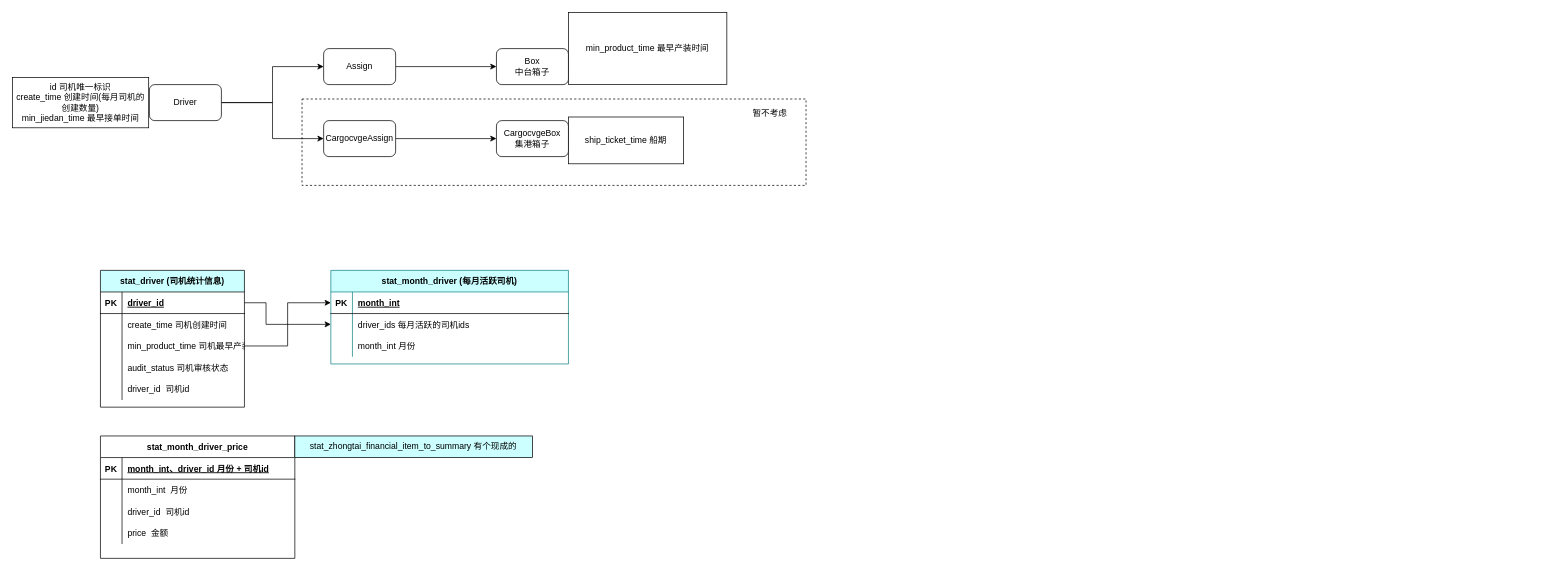
Before: 数据统计/司机留存率.drawio in gongyao1992/draw, a draw.io diagram. Source tidied: cells renumbered, new cells numbered last; positions are measured from the earlier drawing's top-left corner, leaving out a move shared by most shapes. Both pictures are drawn from the tidied source at 72%, with x=0, y=0 at pixel (12, 12).
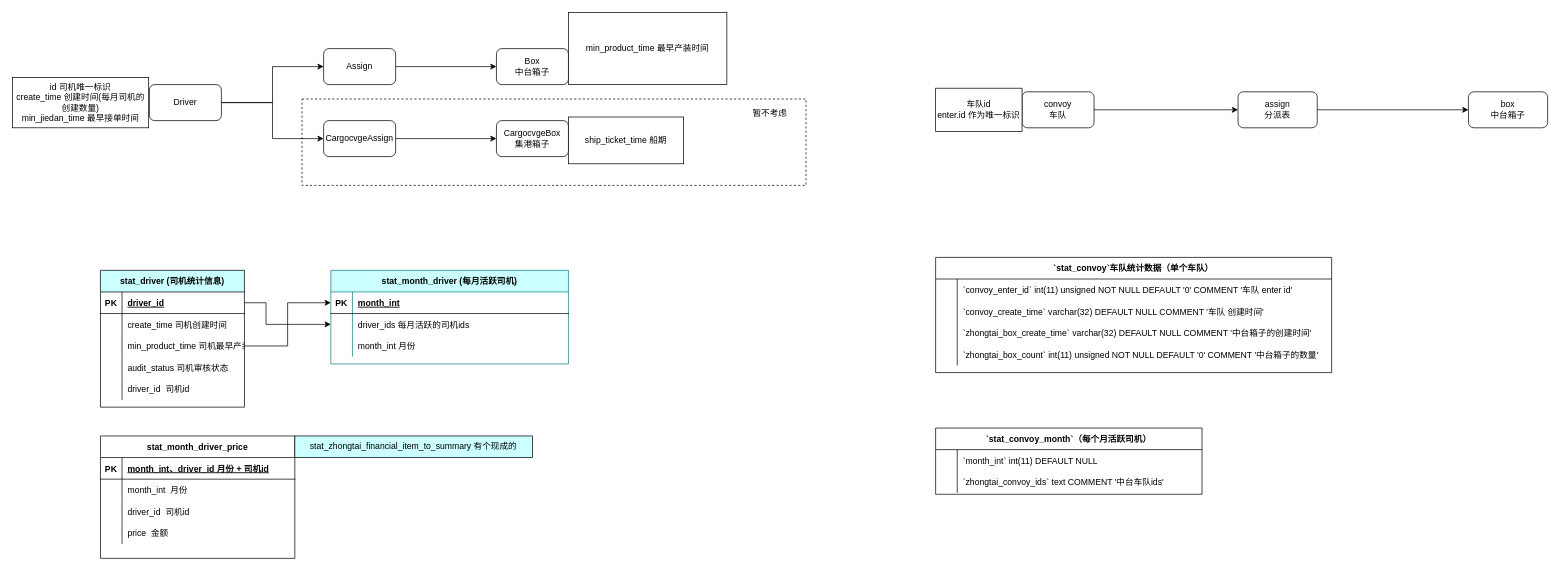
The same diagram, later.

Commit message:
更新司机留存率.drawio

The edit, as a diff of the source:
```diff
@@
+    <mxCell id="58" style="edgeStyle=orthogonalEdgeStyle;rounded=0;jettySize=auto;html=1;exitX=1;exitY=0.5;exitDx=0;exitDy=0;entryX=0;entryY=0.5;entryDx=0;entryDy=0;" parent="1" edge="1" source="59" target="61">
+      <mxGeometry relative="1" as="geometry" />
+    </mxCell>
+    <mxCell id="59" value="convoy&lt;br&gt;车队" style="rounded=1;whiteSpace=wrap;html=1;" parent="1" vertex="1">
+      <mxGeometry x="1402" y="110" width="100" height="50" as="geometry" />
+    </mxCell>
+    <mxCell id="60" style="edgeStyle=orthogonalEdgeStyle;rounded=0;jettySize=auto;html=1;entryX=0;entryY=0.5;entryDx=0;entryDy=0;" parent="1" edge="1" source="61" target="62">
+      <mxGeometry relative="1" as="geometry" />
+    </mxCell>
+    <mxCell id="61" value="assign&lt;br&gt;分派表" style="rounded=1;whiteSpace=wrap;html=1;" parent="1" vertex="1">
+      <mxGeometry x="1702" y="110" width="110" height="50" as="geometry" />
+    </mxCell>
+    <mxCell id="62" value="box&lt;br&gt;中台箱子" style="rounded=1;whiteSpace=wrap;html=1;" parent="1" vertex="1">
+      <mxGeometry x="2022" y="110" width="110" height="50" as="geometry" />
+    </mxCell>
+    <mxCell id="63" value="车队id&lt;br&gt;enter.id 作为唯一标识" style="rounded=0;whiteSpace=wrap;html=1;" parent="1" vertex="1">
+      <mxGeometry x="1282" y="105" width="120" height="60" as="geometry" />
+    </mxCell>
+    <mxCell id="64" value="`stat_convoy`车队统计数据（单个车队）" style="shape=table;startSize=30;childLayout=tableLayout;rowLines=0;fontStyle=1;align=center;" parent="1" vertex="1">
+      <mxGeometry x="1282" y="340" width="550" height="160" as="geometry" />
+    </mxCell>
+    <mxCell id="65" style="shape=partialRectangle;fillColor=none;top=0;left=0;right=0;bottom=0;" parent="64" vertex="1">
+      <mxGeometry y="30" width="550" height="30" as="geometry" />
+    </mxCell>
+    <mxCell id="66" style="shape=partialRectangle;overflow=hidden;fillColor=none;top=0;left=0;bottom=0;right=0;" parent="65" vertex="1">
+      <mxGeometry width="30" height="30" as="geometry" />
+    </mxCell>
+    <mxCell id="67" value="`convoy_enter_id` int(11) unsigned NOT NULL DEFAULT '0' COMMENT '车队 enter id'" style="shape=partialRectangle;overflow=hidden;fillColor=none;top=0;left=0;bottom=0;right=0;align=left;spacingLeft=6;" parent="65" vertex="1">
+      <mxGeometry x="30" width="520" height="30" as="geometry" />
+    </mxCell>
+    <mxCell id="68" style="shape=partialRectangle;fillColor=none;top=0;left=0;right=0;bottom=0;" parent="64" vertex="1">
+      <mxGeometry y="60" width="550" height="30" as="geometry" />
+    </mxCell>
+    <mxCell id="69" style="shape=partialRectangle;overflow=hidden;fillColor=none;top=0;left=0;bottom=0;right=0;" parent="68" vertex="1">
+      <mxGeometry width="30" height="30" as="geometry" />
+    </mxCell>
+    <mxCell id="70" value="`convoy_create_time` varchar(32) DEFAULT NULL COMMENT '车队 创建时间'" style="shape=partialRectangle;overflow=hidden;fillColor=none;top=0;left=0;bottom=0;right=0;align=left;spacingLeft=6;" parent="68" vertex="1">
+      <mxGeometry x="30" width="520" height="30" as="geometry" />
+    </mxCell>
+    <mxCell id="71" style="shape=partialRectangle;fillColor=none;top=0;left=0;right=0;bottom=0;" parent="64" vertex="1">
+      <mxGeometry y="90" width="550" height="30" as="geometry" />
+    </mxCell>
+    <mxCell id="72" style="shape=partialRectangle;overflow=hidden;fillColor=none;top=0;left=0;bottom=0;right=0;" parent="71" vertex="1">
+      <mxGeometry width="30" height="30" as="geometry" />
+    </mxCell>
+    <mxCell id="73" value="`zhongtai_box_create_time` varchar(32) DEFAULT NULL COMMENT '中台箱子的创建时间'" style="shape=partialRectangle;overflow=hidden;fillColor=none;top=0;left=0;bottom=0;right=0;align=left;spacingLeft=6;" parent="71" vertex="1">
+      <mxGeometry x="30" width="520" height="30" as="geometry" />
+    </mxCell>
+    <mxCell id="74" style="shape=partialRectangle;fillColor=none;top=0;left=0;right=0;bottom=0;" parent="64" vertex="1">
+      <mxGeometry y="120" width="550" height="30" as="geometry" />
+    </mxCell>
+    <mxCell id="75" style="shape=partialRectangle;overflow=hidden;fillColor=none;top=0;left=0;bottom=0;right=0;" parent="74" vertex="1">
+      <mxGeometry width="30" height="30" as="geometry" />
+    </mxCell>
+    <mxCell id="76" value="`zhongtai_box_count` int(11) unsigned NOT NULL DEFAULT '0' COMMENT '中台箱子的数量'" style="shape=partialRectangle;overflow=hidden;fillColor=none;top=0;left=0;bottom=0;right=0;align=left;spacingLeft=6;" parent="74" vertex="1">
+      <mxGeometry x="30" width="520" height="30" as="geometry" />
+    </mxCell>
+    <mxCell id="77" value="`stat_convoy_month`（每个月活跃司机）" style="shape=table;startSize=30;childLayout=tableLayout;rowLines=0;fontStyle=1;align=center;" parent="1" vertex="1">
+      <mxGeometry x="1282" y="577" width="370" height="92" as="geometry" />
+    </mxCell>
+    <mxCell id="78" style="shape=partialRectangle;fillColor=none;top=0;left=0;right=0;bottom=0;" parent="77" vertex="1">
+      <mxGeometry y="30" width="370" height="30" as="geometry" />
+    </mxCell>
+    <mxCell id="79" style="shape=partialRectangle;overflow=hidden;fillColor=none;top=0;left=0;bottom=0;right=0;" parent="78" vertex="1">
+      <mxGeometry width="30" height="30" as="geometry" />
+    </mxCell>
+    <mxCell id="80" value="`month_int` int(11) DEFAULT NULL" style="shape=partialRectangle;overflow=hidden;fillColor=none;top=0;left=0;bottom=0;right=0;align=left;spacingLeft=6;" parent="78" vertex="1">
+      <mxGeometry x="30" width="340" height="30" as="geometry" />
+    </mxCell>
+    <mxCell id="81" style="shape=partialRectangle;fillColor=none;top=0;left=0;right=0;bottom=0;" parent="77" vertex="1">
+      <mxGeometry y="60" width="370" height="30" as="geometry" />
+    </mxCell>
+    <mxCell id="82" style="shape=partialRectangle;overflow=hidden;fillColor=none;top=0;left=0;bottom=0;right=0;" parent="81" vertex="1">
+      <mxGeometry width="30" height="30" as="geometry" />
+    </mxCell>
+    <mxCell id="83" value="`zhongtai_convoy_ids` text COMMENT '中台车队ids'" style="shape=partialRectangle;overflow=hidden;fillColor=none;top=0;left=0;bottom=0;right=0;align=left;spacingLeft=6;" parent="81" vertex="1">
+      <mxGeometry x="30" width="340" height="30" as="geometry" />
+    </mxCell>
```
